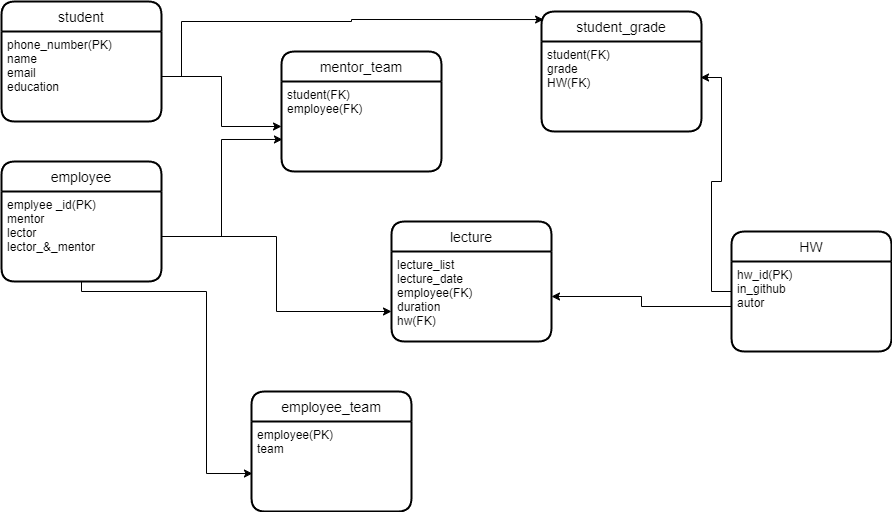
Earlier version of the draw.io export part2/Колеса.png (Kolesa-Education/kolesa-upgrade-homework-4). Source tidied: cells renumbered, new cells last; positions are measured from the earlier drawing's top-left corner, leaving out a move shared by most shapes. Source of this version:
```xml
<mxGraphModel>
  <root>
    <mxCell id="0" />
    <mxCell id="1" parent="0" />
    <mxCell id="2" value="student" style="swimlane;horizontal=1;startSize=30;rounded=1;fontSize=14;fontStyle=0;strokeWidth=2;shadow=0;dashed=0;align=center;" parent="1" vertex="1">
      <mxGeometry width="160" height="120" as="geometry" />
    </mxCell>
    <mxCell id="3" value="phone_number(PK)&#10;name&#10;email&#10;education" style="align=left;strokeColor=none;fillColor=none;spacingLeft=4;fontSize=12;verticalAlign=top;" parent="2" vertex="1">
      <mxGeometry y="30" width="160" height="90" as="geometry" />
    </mxCell>
    <mxCell id="4" value="employee" style="swimlane;horizontal=1;startSize=30;rounded=1;fontSize=14;fontStyle=0;strokeWidth=2;shadow=0;dashed=0;align=center;" parent="1" vertex="1">
      <mxGeometry y="160" width="160" height="120" as="geometry" />
    </mxCell>
    <mxCell id="5" value="emplyee _id(PK)&#10;mentor&#10;lector&#10;lector_&amp;_mentor" style="align=left;strokeColor=none;fillColor=none;spacingLeft=4;fontSize=12;verticalAlign=top;" parent="4" vertex="1">
      <mxGeometry y="30" width="160" height="90" as="geometry" />
    </mxCell>
    <mxCell id="6" value="employee_team" style="swimlane;horizontal=1;startSize=30;rounded=1;fontSize=14;fontStyle=0;strokeWidth=2;shadow=0;dashed=0;align=center;" parent="1" vertex="1">
      <mxGeometry x="250" y="390" width="160" height="120" as="geometry" />
    </mxCell>
    <mxCell id="7" value="employee(PK)&#10;team" style="align=left;strokeColor=none;fillColor=none;spacingLeft=4;fontSize=12;verticalAlign=top;" parent="6" vertex="1">
      <mxGeometry y="30" width="160" height="90" as="geometry" />
    </mxCell>
    <mxCell id="8" value="mentor_team" style="swimlane;horizontal=1;startSize=30;rounded=1;fontSize=14;fontStyle=0;strokeWidth=2;shadow=0;dashed=0;align=center;" parent="1" vertex="1">
      <mxGeometry x="280" y="50" width="160" height="120" as="geometry" />
    </mxCell>
    <mxCell id="9" value="student(FK)&#10;employee(FK)" style="align=left;strokeColor=none;fillColor=none;spacingLeft=4;fontSize=12;verticalAlign=top;" parent="8" vertex="1">
      <mxGeometry y="30" width="160" height="90" as="geometry" />
    </mxCell>
    <mxCell id="10" value="lecture" style="swimlane;horizontal=1;startSize=30;rounded=1;fontSize=14;fontStyle=0;strokeWidth=2;shadow=0;dashed=0;align=center;" parent="1" vertex="1">
      <mxGeometry x="390" y="220" width="160" height="120" as="geometry" />
    </mxCell>
    <mxCell id="11" value="lecture_list&#10;lecture_date&#10;employee(FK)&#10;duration&#10;hw(FK)" style="align=left;strokeColor=none;fillColor=none;spacingLeft=4;fontSize=12;verticalAlign=top;" parent="10" vertex="1">
      <mxGeometry y="30" width="160" height="90" as="geometry" />
    </mxCell>
    <mxCell id="12" style="edgeStyle=orthogonalEdgeStyle;rounded=0;jettySize=auto;html=1;entryX=0.994;entryY=0.4;entryDx=0;entryDy=0;entryPerimeter=0;" parent="1" edge="1" source="13" target="16">
      <mxGeometry relative="1" as="geometry" />
    </mxCell>
    <mxCell id="13" value="HW" style="swimlane;horizontal=1;startSize=30;rounded=1;fontSize=14;fontStyle=0;strokeWidth=2;shadow=0;dashed=0;align=center;" parent="1" vertex="1">
      <mxGeometry x="730" y="230" width="160" height="120" as="geometry" />
    </mxCell>
    <mxCell id="14" value="hw_id(PK)&#10;in_github&#10;autor" style="align=left;strokeColor=none;fillColor=none;spacingLeft=4;fontSize=12;verticalAlign=top;" parent="13" vertex="1">
      <mxGeometry y="30" width="160" height="90" as="geometry" />
    </mxCell>
    <mxCell id="15" value="student_grade" style="swimlane;horizontal=1;startSize=30;rounded=1;fontSize=14;fontStyle=0;strokeWidth=2;shadow=0;dashed=0;align=center;" parent="1" vertex="1">
      <mxGeometry x="540" y="10" width="160" height="120" as="geometry" />
    </mxCell>
    <mxCell id="16" value="student(FK)&#10;grade&#10;HW(FK)" style="align=left;strokeColor=none;fillColor=none;spacingLeft=4;fontSize=12;verticalAlign=top;" parent="15" vertex="1">
      <mxGeometry y="30" width="160" height="90" as="geometry" />
    </mxCell>
    <mxCell id="17" style="edgeStyle=orthogonalEdgeStyle;rounded=0;jettySize=auto;html=1;entryX=0;entryY=0.5;entryDx=0;entryDy=0;" parent="1" edge="1" source="3" target="9">
      <mxGeometry relative="1" as="geometry" />
    </mxCell>
    <mxCell id="18" style="edgeStyle=orthogonalEdgeStyle;rounded=0;jettySize=auto;html=1;entryX=0.006;entryY=0.644;entryDx=0;entryDy=0;entryPerimeter=0;" parent="1" edge="1" source="5" target="9">
      <mxGeometry relative="1" as="geometry" />
    </mxCell>
    <mxCell id="19" style="edgeStyle=orthogonalEdgeStyle;rounded=0;jettySize=auto;html=1;entryX=0;entryY=0.75;entryDx=0;entryDy=0;" parent="1" edge="1" source="5" target="10">
      <mxGeometry relative="1" as="geometry" />
    </mxCell>
    <mxCell id="20" style="edgeStyle=orthogonalEdgeStyle;rounded=0;jettySize=auto;html=1;entryX=0.006;entryY=0.578;entryDx=0;entryDy=0;entryPerimeter=0;" parent="1" edge="1" source="5" target="7">
      <mxGeometry relative="1" as="geometry">
        <Array as="points">
          <mxPoint x="80" y="290" />
          <mxPoint x="205" y="290" />
          <mxPoint x="205" y="472" />
        </Array>
      </mxGeometry>
    </mxCell>
    <mxCell id="21" style="edgeStyle=orthogonalEdgeStyle;rounded=0;jettySize=auto;html=1;entryX=1;entryY=0.5;entryDx=0;entryDy=0;" parent="1" edge="1" source="14" target="11">
      <mxGeometry relative="1" as="geometry" />
    </mxCell>
    <mxCell id="22" style="edgeStyle=orthogonalEdgeStyle;rounded=0;jettySize=auto;html=1;entryX=0.013;entryY=0.067;entryDx=0;entryDy=0;entryPerimeter=0;" parent="1" edge="1" source="3" target="15">
      <mxGeometry relative="1" as="geometry">
        <Array as="points">
          <mxPoint x="180" y="75" />
          <mxPoint x="180" y="20" />
          <mxPoint x="350" y="20" />
          <mxPoint x="350" y="18" />
        </Array>
      </mxGeometry>
    </mxCell>
  </root>
</mxGraphModel>
```
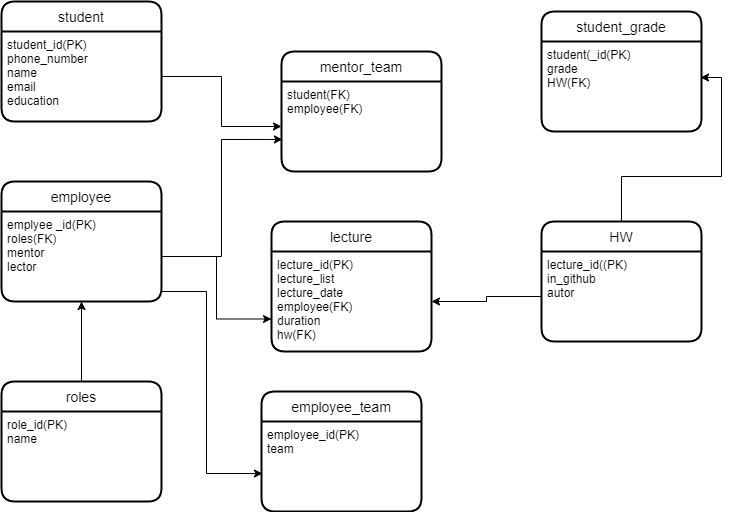
The same file after the commit.

Change to the diagram source:
```diff
@@ -5,19 +5,19 @@
     <mxCell id="2" value="student" style="swimlane;horizontal=1;startSize=30;rounded=1;fontSize=14;fontStyle=0;strokeWidth=2;shadow=0;dashed=0;align=center;" parent="1" vertex="1">
       <mxGeometry width="160" height="120" as="geometry" />
     </mxCell>
-    <mxCell id="3" value="phone_number(PK)&#10;name&#10;email&#10;education" style="align=left;strokeColor=none;fillColor=none;spacingLeft=4;fontSize=12;verticalAlign=top;" parent="2" vertex="1">
+    <mxCell id="3" value="student_id(PK)&#10;phone_number&#10;name&#10;email&#10;education" style="align=left;strokeColor=none;fillColor=none;spacingLeft=4;fontSize=12;verticalAlign=top;" parent="2" vertex="1">
       <mxGeometry y="30" width="160" height="90" as="geometry" />
     </mxCell>
     <mxCell id="4" value="employee" style="swimlane;horizontal=1;startSize=30;rounded=1;fontSize=14;fontStyle=0;strokeWidth=2;shadow=0;dashed=0;align=center;" parent="1" vertex="1">
-      <mxGeometry y="160" width="160" height="120" as="geometry" />
+      <mxGeometry y="180" width="160" height="120" as="geometry" />
     </mxCell>
-    <mxCell id="5" value="emplyee _id(PK)&#10;mentor&#10;lector&#10;lector_&amp;_mentor" style="align=left;strokeColor=none;fillColor=none;spacingLeft=4;fontSize=12;verticalAlign=top;" parent="4" vertex="1">
+    <mxCell id="5" value="emplyee _id(PK)&#10;roles(FK)&#10;mentor&#10;lector&#10;" style="align=left;strokeColor=none;fillColor=none;spacingLeft=4;fontSize=12;verticalAlign=top;" parent="4" vertex="1">
       <mxGeometry y="30" width="160" height="90" as="geometry" />
     </mxCell>
     <mxCell id="6" value="employee_team" style="swimlane;horizontal=1;startSize=30;rounded=1;fontSize=14;fontStyle=0;strokeWidth=2;shadow=0;dashed=0;align=center;" parent="1" vertex="1">
-      <mxGeometry x="250" y="390" width="160" height="120" as="geometry" />
+      <mxGeometry x="260" y="390" width="160" height="120" as="geometry" />
     </mxCell>
-    <mxCell id="7" value="employee(PK)&#10;team" style="align=left;strokeColor=none;fillColor=none;spacingLeft=4;fontSize=12;verticalAlign=top;" parent="6" vertex="1">
+    <mxCell id="7" value="employee_id(PK)&#10;team" style="align=left;strokeColor=none;fillColor=none;spacingLeft=4;fontSize=12;verticalAlign=top;" parent="6" vertex="1">
       <mxGeometry y="30" width="160" height="90" as="geometry" />
     </mxCell>
     <mxCell id="8" value="mentor_team" style="swimlane;horizontal=1;startSize=30;rounded=1;fontSize=14;fontStyle=0;strokeWidth=2;shadow=0;dashed=0;align=center;" parent="1" vertex="1">
@@ -27,24 +27,24 @@
       <mxGeometry y="30" width="160" height="90" as="geometry" />
     </mxCell>
     <mxCell id="10" value="lecture" style="swimlane;horizontal=1;startSize=30;rounded=1;fontSize=14;fontStyle=0;strokeWidth=2;shadow=0;dashed=0;align=center;" parent="1" vertex="1">
-      <mxGeometry x="390" y="220" width="160" height="120" as="geometry" />
+      <mxGeometry x="270" y="220" width="160" height="130" as="geometry" />
     </mxCell>
-    <mxCell id="11" value="lecture_list&#10;lecture_date&#10;employee(FK)&#10;duration&#10;hw(FK)" style="align=left;strokeColor=none;fillColor=none;spacingLeft=4;fontSize=12;verticalAlign=top;" parent="10" vertex="1">
-      <mxGeometry y="30" width="160" height="90" as="geometry" />
+    <mxCell id="11" value="lecture_id(PK)&#10;lecture_list&#10;lecture_date&#10;employee(FK)&#10;duration&#10;hw(FK)" style="align=left;strokeColor=none;fillColor=none;spacingLeft=4;fontSize=12;verticalAlign=top;" parent="10" vertex="1">
+      <mxGeometry y="30" width="160" height="100" as="geometry" />
     </mxCell>
     <mxCell id="12" style="edgeStyle=orthogonalEdgeStyle;rounded=0;jettySize=auto;html=1;entryX=0.994;entryY=0.4;entryDx=0;entryDy=0;entryPerimeter=0;" parent="1" edge="1" source="13" target="16">
       <mxGeometry relative="1" as="geometry" />
     </mxCell>
     <mxCell id="13" value="HW" style="swimlane;horizontal=1;startSize=30;rounded=1;fontSize=14;fontStyle=0;strokeWidth=2;shadow=0;dashed=0;align=center;" parent="1" vertex="1">
-      <mxGeometry x="730" y="230" width="160" height="120" as="geometry" />
+      <mxGeometry x="540" y="220" width="160" height="120" as="geometry" />
     </mxCell>
-    <mxCell id="14" value="hw_id(PK)&#10;in_github&#10;autor" style="align=left;strokeColor=none;fillColor=none;spacingLeft=4;fontSize=12;verticalAlign=top;" parent="13" vertex="1">
+    <mxCell id="14" value="lecture_id((PK)&#10;in_github&#10;autor" style="align=left;strokeColor=none;fillColor=none;spacingLeft=4;fontSize=12;verticalAlign=top;" parent="13" vertex="1">
       <mxGeometry y="30" width="160" height="90" as="geometry" />
     </mxCell>
     <mxCell id="15" value="student_grade" style="swimlane;horizontal=1;startSize=30;rounded=1;fontSize=14;fontStyle=0;strokeWidth=2;shadow=0;dashed=0;align=center;" parent="1" vertex="1">
       <mxGeometry x="540" y="10" width="160" height="120" as="geometry" />
     </mxCell>
-    <mxCell id="16" value="student(FK)&#10;grade&#10;HW(FK)" style="align=left;strokeColor=none;fillColor=none;spacingLeft=4;fontSize=12;verticalAlign=top;" parent="15" vertex="1">
+    <mxCell id="16" value="student(_id(PK)&#10;grade&#10;HW(FK)" style="align=left;strokeColor=none;fillColor=none;spacingLeft=4;fontSize=12;verticalAlign=top;" parent="15" vertex="1">
       <mxGeometry y="30" width="160" height="90" as="geometry" />
     </mxCell>
     <mxCell id="17" style="edgeStyle=orthogonalEdgeStyle;rounded=0;jettySize=auto;html=1;entryX=0;entryY=0.5;entryDx=0;entryDy=0;" parent="1" edge="1" source="3" target="9">
@@ -68,15 +68,14 @@
     <mxCell id="21" style="edgeStyle=orthogonalEdgeStyle;rounded=0;jettySize=auto;html=1;entryX=1;entryY=0.5;entryDx=0;entryDy=0;" parent="1" edge="1" source="14" target="11">
       <mxGeometry relative="1" as="geometry" />
     </mxCell>
-    <mxCell id="22" style="edgeStyle=orthogonalEdgeStyle;rounded=0;jettySize=auto;html=1;entryX=0.013;entryY=0.067;entryDx=0;entryDy=0;entryPerimeter=0;" parent="1" edge="1" source="3" target="15">
-      <mxGeometry relative="1" as="geometry">
-        <Array as="points">
-          <mxPoint x="180" y="75" />
-          <mxPoint x="180" y="20" />
-          <mxPoint x="350" y="20" />
-          <mxPoint x="350" y="18" />
-        </Array>
-      </mxGeometry>
-    </mxCell>
+    <mxCell id="23" style="edgeStyle=orthogonalEdgeStyle;rounded=0;jettySize=auto;html=1;" parent="1" edge="1" source="24" target="5">
+      <mxGeometry relative="1" as="geometry" />
+    </mxCell>
+    <mxCell id="24" value="roles" style="swimlane;horizontal=1;startSize=30;rounded=1;fontSize=14;fontStyle=0;strokeWidth=2;shadow=0;dashed=0;align=center;" parent="1" vertex="1">
+      <mxGeometry y="380" width="160" height="120" as="geometry" />
+    </mxCell>
+    <mxCell id="25" value="role_id(PK)&#10;name" style="align=left;strokeColor=none;fillColor=none;spacingLeft=4;fontSize=12;verticalAlign=top;" parent="24" vertex="1">
+      <mxGeometry y="30" width="160" height="90" as="geometry" />
+    </mxCell>
   </root>
 </mxGraphModel>
```
